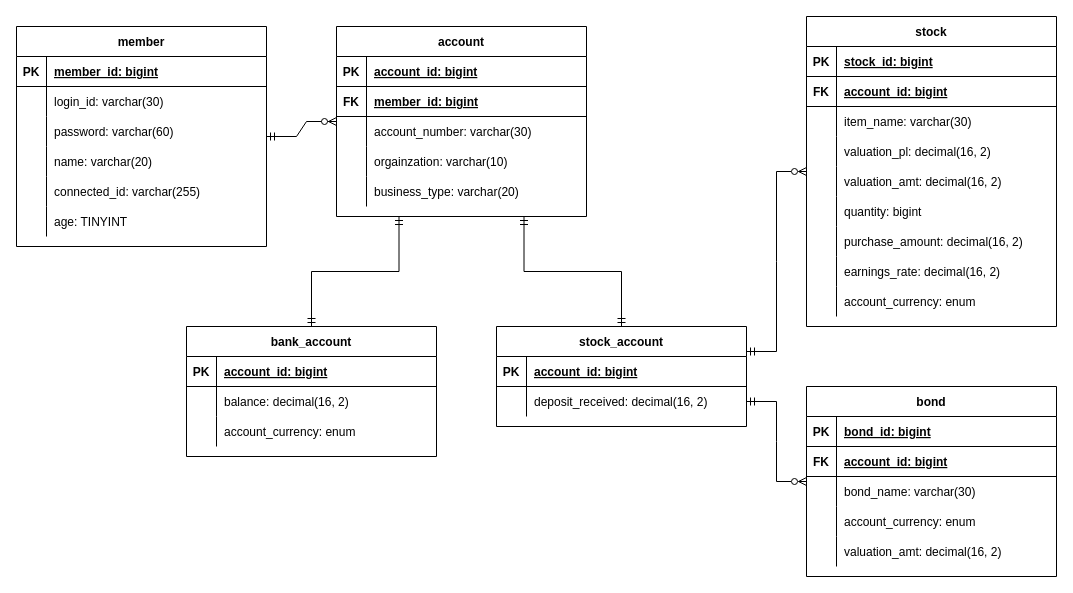
The draw.io diagram ER다이어그램(자산관리앱).drawio in GunwooJo/AssetManagement, before the edit. Source tidied: cells renumbered, new cells numbered last; positions are measured from the earlier drawing's top-left corner, leaving out a move shared by most shapes. Both pictures are drawn from the tidied source at 100%, with x=0, y=0 at pixel (16, 16).
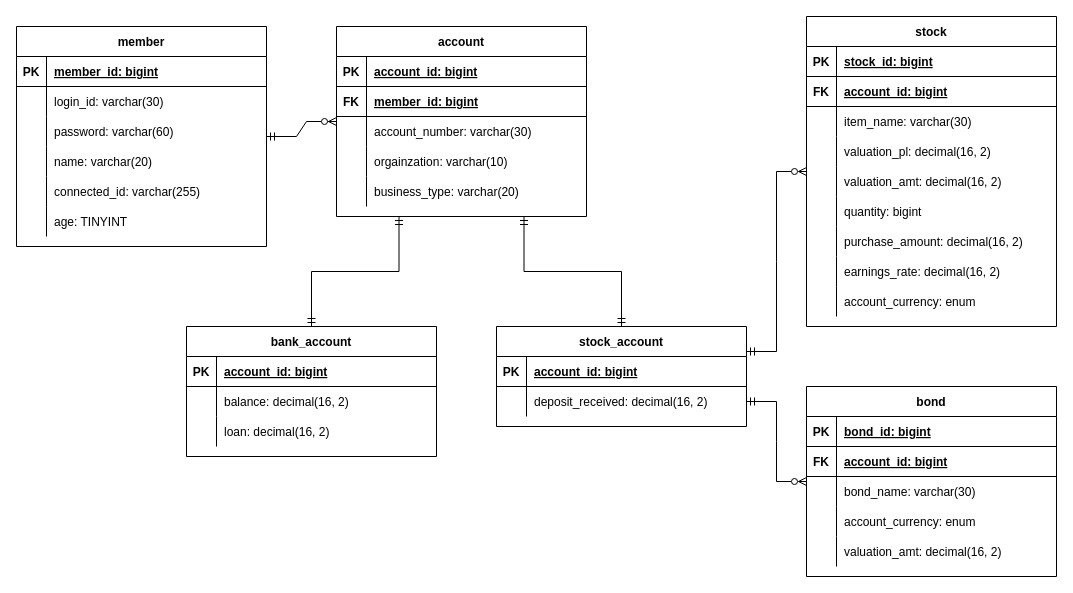
After the change.

Commit message:
bank_account 속성 변경(loan 추가, 화폐코드 제거)

Unchanged cells that the change refers to:
```xml
<mxCell id="45" style="shape=partialRectangle;fillColor=none;top=0;left=0;right=0;bottom=0;" parent="38" vertex="1">
  <mxGeometry y="90" width="250" height="30" as="geometry" />
</mxCell>
```

Diff of the diagram source:
```diff
@@
-    <mxCell id="47" value="account_currency: enum" style="shape=partialRectangle;overflow=hidden;fillColor=none;top=0;left=0;bottom=0;right=0;align=left;spacingLeft=6;" parent="45" vertex="1">
+    <mxCell id="47" value="loan: decimal(16, 2)" style="shape=partialRectangle;overflow=hidden;fillColor=none;top=0;left=0;bottom=0;right=0;align=left;spacingLeft=6;" parent="45" vertex="1">
       <mxGeometry x="30" width="220" height="30" as="geometry" />
     </mxCell>
```
